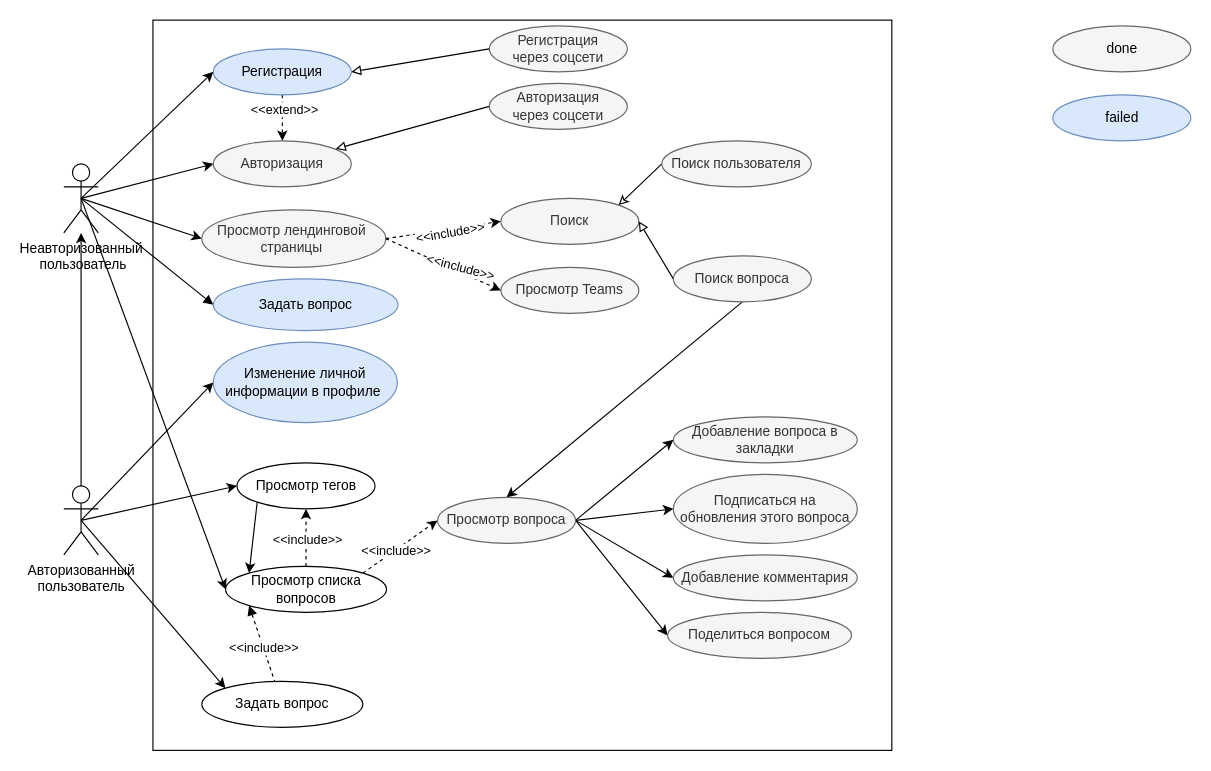
The draw.io diagram page "stackoverflow" (1 of 2) of Untitled Diagram.drawio in mmmlpmsw/software_testing_lab3, before the edit. Source tidied: cells renumbered, new cells numbered last; positions are measured from the earlier drawing's top-left corner, leaving out a move shared by most shapes. Both pictures are drawn from the tidied source at 115%, with x=0, y=0 at pixel (63, 20).
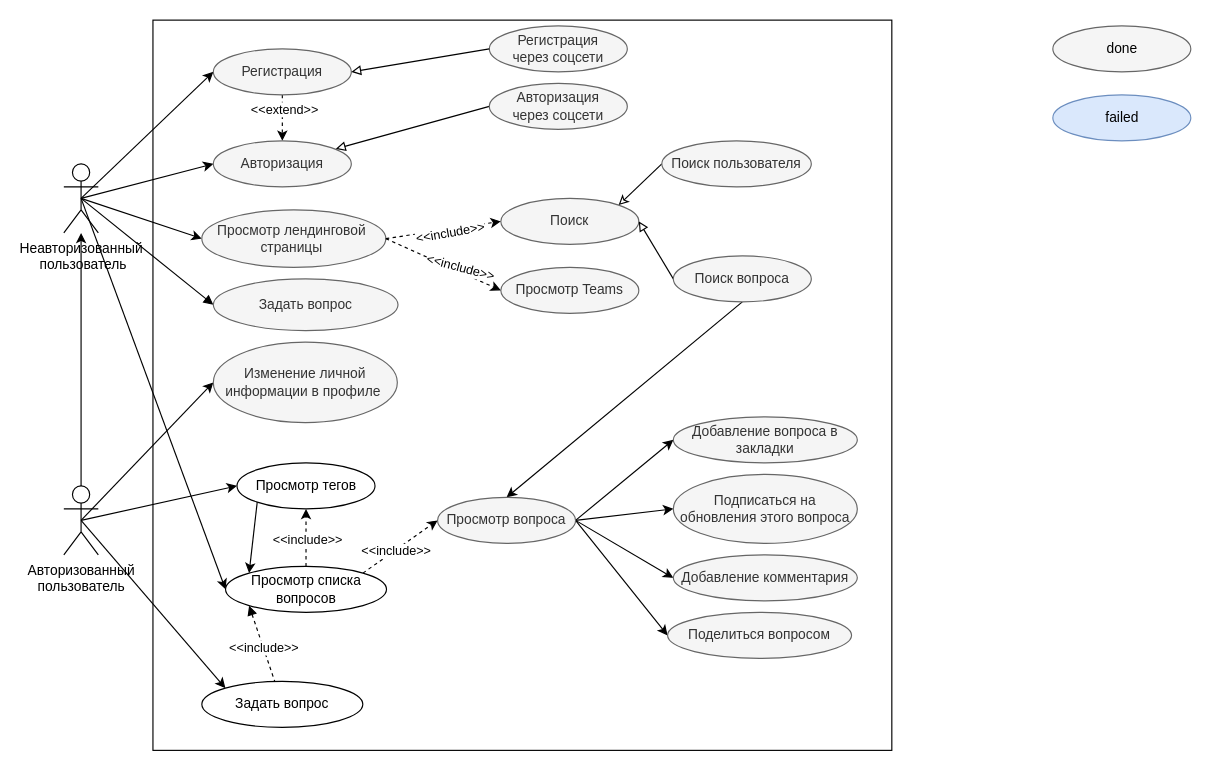
The same diagram, later.

The edit, as a diff of the source:
```diff
@@
-    <mxCell id="16" value="Регистрация" style="ellipse;whiteSpace=wrap;html=1;fillColor=#dae8fc;strokeColor=#6c8ebf;" parent="1" vertex="1">
+    <mxCell id="16" value="Регистрация" style="ellipse;whiteSpace=wrap;html=1;fillColor=#f5f5f5;strokeColor=#666666;fontColor=#333333;" parent="1" vertex="1">
       <mxGeometry x="130" y="25" width="120" height="40" as="geometry" />
     </mxCell>
@@
-    <mxCell id="20" value="Изменение личной информации в профиле&amp;nbsp;" style="ellipse;whiteSpace=wrap;html=1;fillColor=#dae8fc;strokeColor=#6c8ebf;" parent="1" vertex="1">
+    <mxCell id="20" value="Изменение личной информации в профиле&amp;nbsp;" style="ellipse;whiteSpace=wrap;html=1;fillColor=#f5f5f5;strokeColor=#666666;fontColor=#333333;" parent="1" vertex="1">
       <mxGeometry x="130" y="280" width="160" height="70" as="geometry" />
     </mxCell>
@@
-    <mxCell id="48" value="Задать вопрос" style="ellipse;whiteSpace=wrap;html=1;fillColor=#dae8fc;strokeColor=#6c8ebf;" parent="1" vertex="1">
+    <mxCell id="48" value="Задать вопрос" style="ellipse;whiteSpace=wrap;html=1;fillColor=#f5f5f5;strokeColor=#666666;fontColor=#333333;" parent="1" vertex="1">
       <mxGeometry x="130" y="225" width="160.6" height="45" as="geometry" />
     </mxCell>
```
